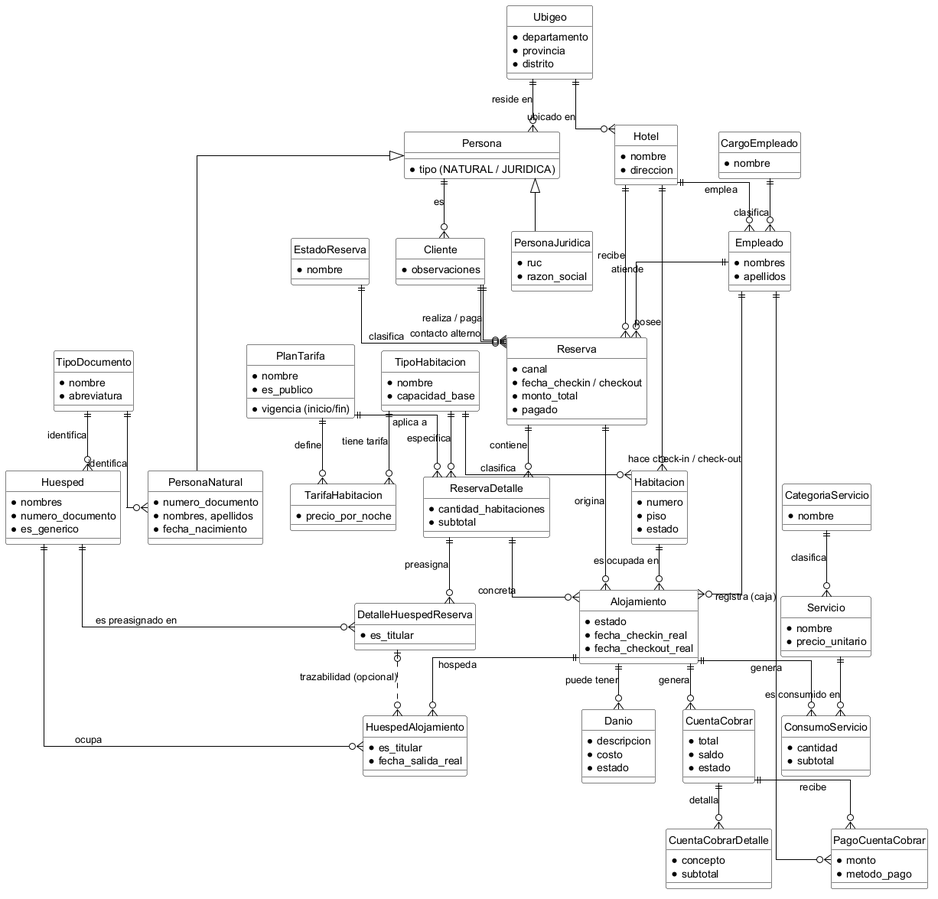
Earlier version of the PlantUML export Diagramas/Diagrama de Base de Datos/01_Modelo_Conceptual.png (Piero134/base-de-datos-1).
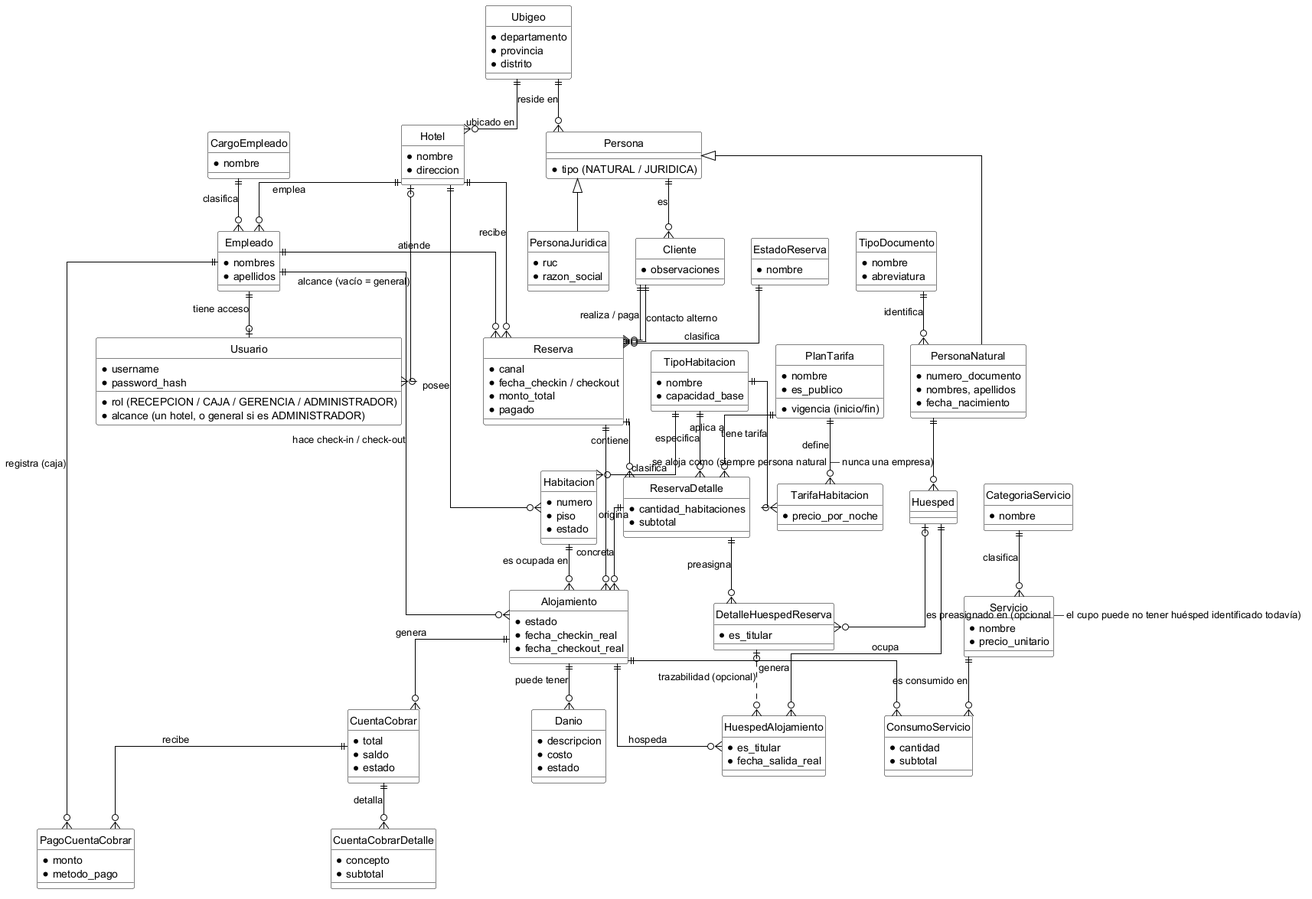
The same diagram one commit later.

Diff of the diagram source:
```diff
@@ -29,6 +29,13 @@
   * apellidos
 }
 
+entity Usuario {
+  * username
+  * password_hash
+  * rol (RECEPCION / CAJA / GERENCIA / ADMINISTRADOR)
+  * alcance (un hotel, o general si es ADMINISTRADOR)
+}
+
 entity TipoDocumento {
   * nombre
   * abreviatura
@@ -54,9 +61,6 @@
 }
 
 entity Huesped {
-  * nombres
-  * numero_documento
-  * es_generico
 }
 
 entity TipoHabitacion {
@@ -153,6 +157,8 @@
 
 Hotel  ||--o{ Empleado            : emplea
 CargoEmpleado ||--o{ Empleado     : clasifica
+Empleado ||--o| Usuario           : tiene acceso
+Hotel  |o--o{ Usuario             : alcance (vacío = general)
 
 Hotel  ||--o{ Habitacion          : posee
 TipoHabitacion ||--o{ Habitacion  : clasifica
@@ -162,7 +168,6 @@
 Persona <|-- PersonaNatural
 Persona <|-- PersonaJuridica
 TipoDocumento ||--o{ PersonaNatural : identifica
-TipoDocumento ||--o{ Huesped        : identifica
 
 Persona ||--o{ Cliente            : es
 
@@ -177,7 +182,7 @@
 PlanTarifa ||--o{ ReservaDetalle  : aplica a
 
 ReservaDetalle ||--o{ DetalleHuespedReserva : preasigna
-Huesped ||--o{ DetalleHuespedReserva        : es preasignado en
+Huesped |o--o{ DetalleHuespedReserva        : es preasignado en (opcional — el cupo puede no tener huésped identificado todavía)
 
 Reserva ||--o{ Alojamiento        : origina
 ReservaDetalle ||--o{ Alojamiento : concreta
@@ -187,6 +192,7 @@
 Alojamiento ||--o{ HuespedAlojamiento : hospeda
 Huesped ||--o{ HuespedAlojamiento     : ocupa
 DetalleHuespedReserva |o..o{ HuespedAlojamiento : trazabilidad (opcional)
+PersonaNatural ||--o{ Huesped : se aloja como (siempre persona natural — nunca una empresa)
 
 Alojamiento ||--o{ ConsumoServicio : genera
 Servicio ||--o{ ConsumoServicio    : es consumido en
```
